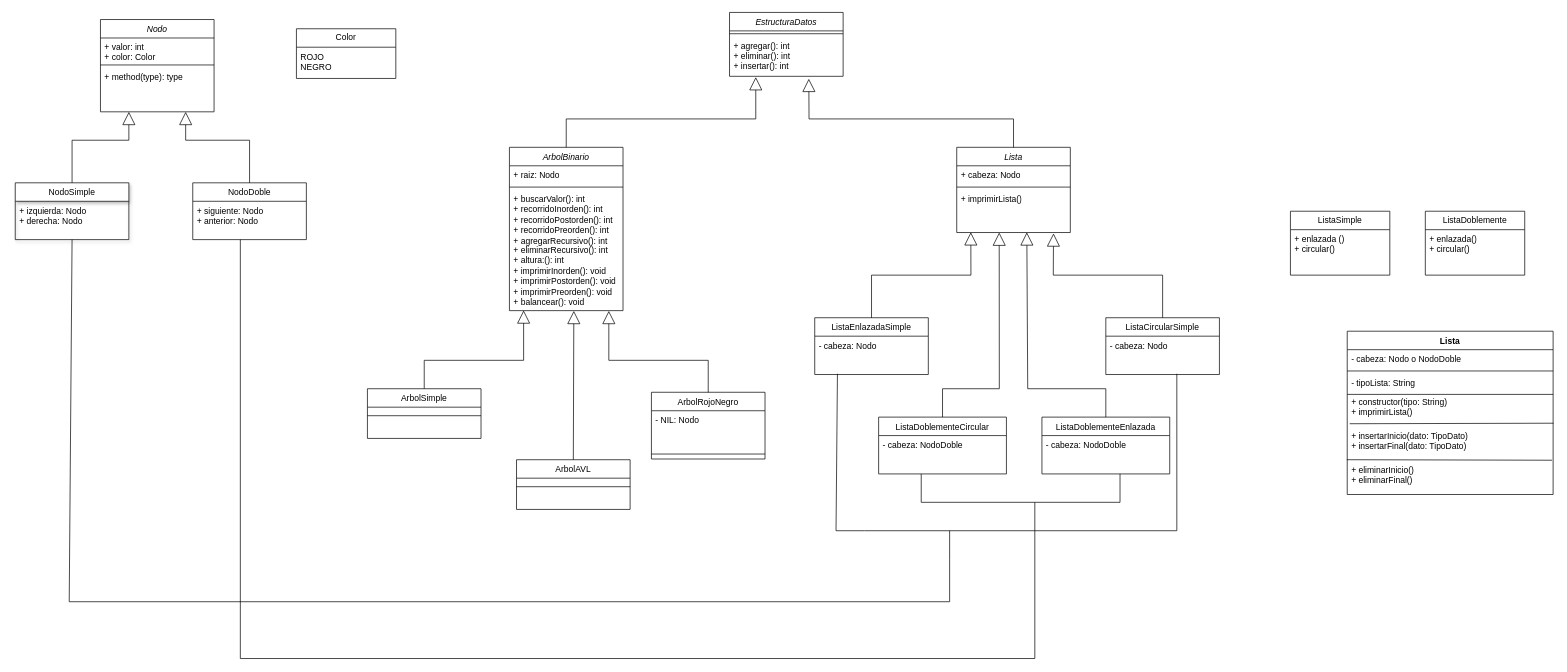
ArianaSarango/ArbolBinario keeps this draw.io diagram as ArbolBinario.drawio. Above is the earlier version. Source tidied: cells renumbered, new cells numbered last; positions are measured from the earlier drawing's top-left corner, leaving out a move shared by most shapes. Both pictures are drawn from the tidied source at 71%, with x=0, y=0 at pixel (15, 12).
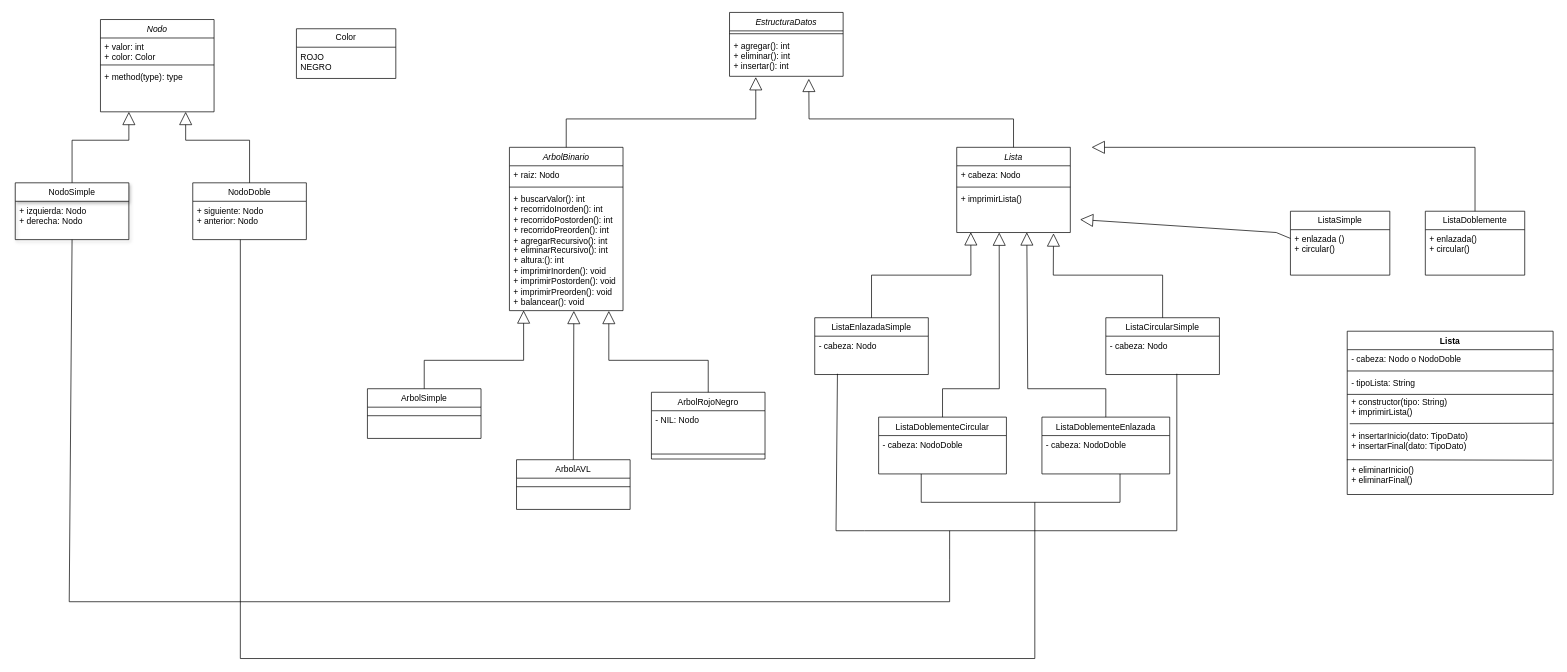
The same page after the edit.

Unchanged cells that the change refers to:
```xml
<mxCell id="59" value="ListaDoblemente" style="swimlane;fontStyle=0;horizontal=1;startSize=26;fillColor=none;whiteSpace=wrap;html=1;" parent="1" vertex="1">
  <mxGeometry x="1986" y="280" width="140" height="90" as="geometry" />
</mxCell>
```

Change to the diagram source:
```diff
@@
+    <mxCell id="71" style="endArrow=block;endSize=16;endFill=0;html=1;rounded=0;exitX=-0.026;exitY=0.323;exitDx=0;exitDy=0;exitPerimeter=0;entryX=1.063;entryY=0.833;entryDx=0;entryDy=0;entryPerimeter=0;" parent="1" edge="1">
+      <mxGeometry relative="1" as="geometry">
+        <mxPoint x="1796" y="318.3" as="sourcePoint" />
+        <mxPoint x="1499.7" y="291.7" as="targetPoint" />
+        <Array as="points">
+          <mxPoint x="1776" y="310" />
+        </Array>
+      </mxGeometry>
+    </mxCell>
+    <mxCell id="72" style="endArrow=block;endSize=16;endFill=0;html=1;rounded=0;exitX=0.5;exitY=0;exitDx=0;exitDy=0;" parent="1" edge="1" source="59">
+      <mxGeometry relative="1" as="geometry">
+        <mxPoint x="1516" y="190" as="targetPoint" />
+        <Array as="points">
+          <mxPoint x="2056" y="190" />
+        </Array>
+      </mxGeometry>
+    </mxCell>
```
